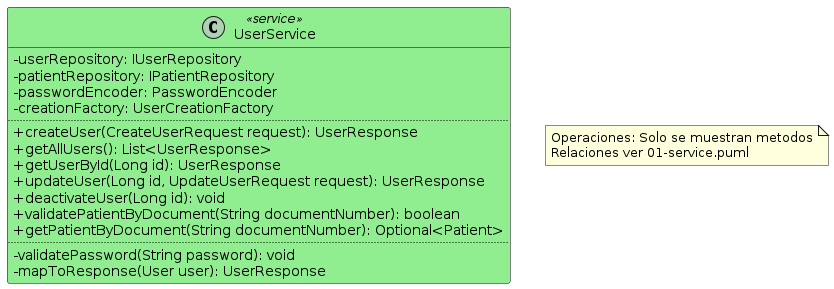
The PlantUML diagram services/users-service/docs/modeling/uml/diagrams/ServiceOperations.png in LeyderCeronM/Proyecto_piedra_azul, before a commit. Its diagram source:
```plantuml
@startuml ServiceOperations

skinparam classAttributeIconSize 0
skinparam defaultFontName SansSerif

class UserService <<service>> #90EE90;line:Black {
  -userRepository: IUserRepository
  -patientRepository: IPatientRepository
  -passwordEncoder: PasswordEncoder
  -creationFactory: UserCreationFactory
  ..
  +createUser(CreateUserRequest request): UserResponse
  +getAllUsers(): List<UserResponse>
  +getUserById(Long id): UserResponse
  +updateUser(Long id, UpdateUserRequest request): UserResponse
  +deactivateUser(Long id): void
  +validatePatientByDocument(String documentNumber): boolean
  +getPatientByDocument(String documentNumber): Optional<Patient>
  ..
  -validatePassword(String password): void
  -mapToResponse(User user): UserResponse
}

note "Operaciones: Solo se muestran metodos\nRelaciones ver 01-service.puml" as N1

@enduml
```
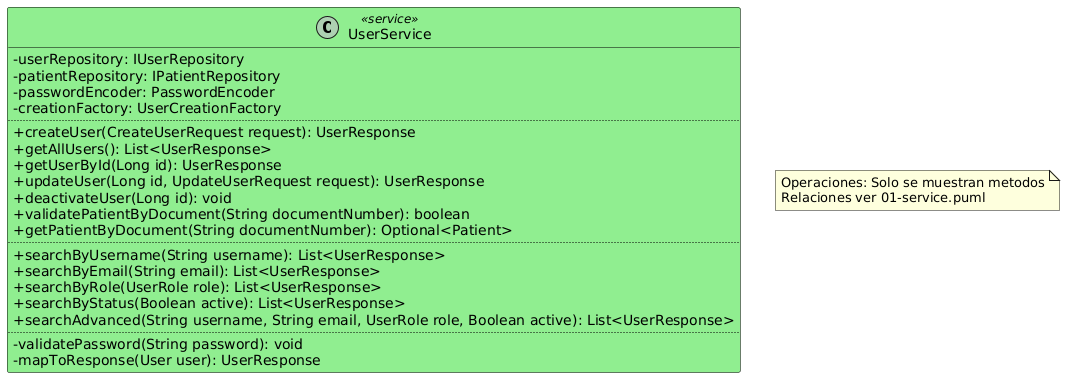
After the change.

Change to the diagram source:
```diff
@@ -17,6 +17,12 @@
   +validatePatientByDocument(String documentNumber): boolean
   +getPatientByDocument(String documentNumber): Optional<Patient>
   ..
+  +searchByUsername(String username): List<UserResponse>
+  +searchByEmail(String email): List<UserResponse>
+  +searchByRole(UserRole role): List<UserResponse>
+  +searchByStatus(Boolean active): List<UserResponse>
+  +searchAdvanced(String username, String email, UserRole role, Boolean active): List<UserResponse>
+  ..
   -validatePassword(String password): void
   -mapToResponse(User user): UserResponse
 }
```
